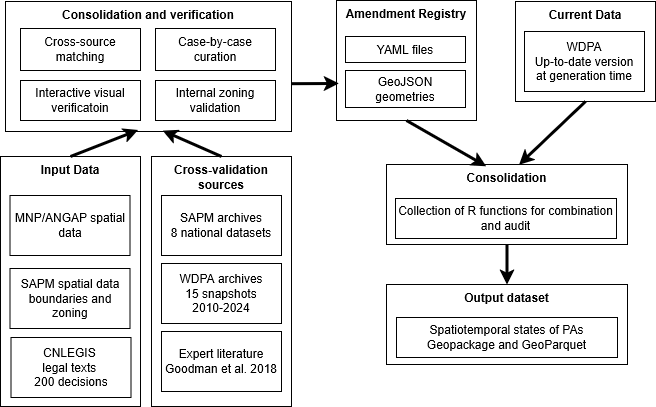
Above: paper/figures/Data_preparation_workflow.drawio.drawio.png in BETSAKA/conservation-dynamic-madagascar (draw.io), before the change. Source tidied: cells renumbered, new cells last; positions are measured from the earlier drawing's top-left corner, leaving out a move shared by most shapes. Source of this version:
```xml
<mxGraphModel>
  <root>
    <mxCell id="0" />
    <mxCell id="1" parent="0" />
    <mxCell id="2" value="&lt;b&gt;Cross-validation sources&lt;/b&gt;" style="rounded=0;whiteSpace=wrap;html=1;verticalAlign=top;" parent="1" vertex="1">
      <mxGeometry x="151" y="156" width="140" height="250" as="geometry" />
    </mxCell>
    <mxCell id="3" value="&lt;div align=&quot;center&quot;&gt;WDPA archives&lt;br&gt;15 snapshots 2010-2024&lt;/div&gt;" style="rounded=0;whiteSpace=wrap;html=1;" parent="1" vertex="1">
      <mxGeometry x="161" y="263" width="120" height="60" as="geometry" />
    </mxCell>
    <mxCell id="4" value="SAPM archives&lt;br&gt;8 national datasets" style="rounded=0;whiteSpace=wrap;html=1;" parent="1" vertex="1">
      <mxGeometry x="161" y="195" width="120" height="60" as="geometry" />
    </mxCell>
    <mxCell id="5" value="Expert literature&lt;br&gt;Goodman et al. 2018" style="rounded=0;whiteSpace=wrap;html=1;" parent="1" vertex="1">
      <mxGeometry x="161" y="331" width="120" height="60" as="geometry" />
    </mxCell>
    <mxCell id="6" value="&lt;b&gt;Consolidation and verification&lt;/b&gt;" style="rounded=0;whiteSpace=wrap;html=1;verticalAlign=top;" parent="1" vertex="1">
      <mxGeometry x="5" y="1" width="286" height="130" as="geometry" />
    </mxCell>
    <mxCell id="7" value="Case-by-case curation" style="rounded=0;whiteSpace=wrap;html=1;" parent="1" vertex="1">
      <mxGeometry x="155" y="28" width="120" height="42" as="geometry" />
    </mxCell>
    <mxCell id="8" value="Interactive visual&lt;br&gt;verificatoin" style="rounded=0;whiteSpace=wrap;html=1;" parent="1" vertex="1">
      <mxGeometry x="20" y="80" width="120" height="40" as="geometry" />
    </mxCell>
    <mxCell id="9" value="Cross-source matching" style="rounded=0;whiteSpace=wrap;html=1;" parent="1" vertex="1">
      <mxGeometry x="20" y="28" width="120" height="42" as="geometry" />
    </mxCell>
    <mxCell id="10" value="Internal zoning validation" style="rounded=0;whiteSpace=wrap;html=1;" parent="1" vertex="1">
      <mxGeometry x="155" y="80" width="120" height="40" as="geometry" />
    </mxCell>
    <mxCell id="11" style="group;" parent="1" vertex="1">
      <mxGeometry x="336" width="291" height="240" as="geometry" />
    </mxCell>
    <mxCell id="12" value="&lt;div&gt;&lt;b&gt;Amendment Registry&lt;/b&gt;&lt;/div&gt;" style="rounded=0;whiteSpace=wrap;html=1;verticalAlign=top;" parent="11" vertex="1">
      <mxGeometry width="140" height="120" as="geometry" />
    </mxCell>
    <mxCell id="13" value="YAML files" style="rounded=0;whiteSpace=wrap;html=1;" parent="11" vertex="1">
      <mxGeometry x="9" y="36" width="120" height="26" as="geometry" />
    </mxCell>
    <mxCell id="14" value="GeoJSON&lt;br&gt;geometries" style="rounded=0;whiteSpace=wrap;html=1;" parent="11" vertex="1">
      <mxGeometry x="9" y="70" width="120" height="37" as="geometry" />
    </mxCell>
    <mxCell id="15" style="group;" parent="11" vertex="1">
      <mxGeometry x="50" y="164" width="241" height="80" as="geometry" />
    </mxCell>
    <mxCell id="16" value="&lt;div&gt;&lt;b&gt;Consolidation&lt;/b&gt;&lt;/div&gt;" style="rounded=0;whiteSpace=wrap;html=1;strokeColor=default;align=center;verticalAlign=top;fontFamily=Helvetica;fontSize=12;fontColor=default;fillColor=default;" parent="15" vertex="1">
      <mxGeometry width="241" height="80" as="geometry" />
    </mxCell>
    <mxCell id="17" value="Collection of R functions for combination and audit" style="rounded=0;whiteSpace=wrap;html=1;" parent="15" vertex="1">
      <mxGeometry x="9" y="34" width="221" height="40" as="geometry" />
    </mxCell>
    <mxCell id="18" style="endArrow=classic;html=1;rounded=0;exitX=0.5;exitY=1;exitDx=0;exitDy=0;strokeWidth=3;entryX=0.414;entryY=0.022;entryDx=0;entryDy=0;entryPerimeter=0;" parent="11" edge="1" source="12" target="16">
      <mxGeometry relative="1" as="geometry" />
    </mxCell>
    <mxCell id="19" style="endArrow=classic;html=1;rounded=0;entryX=0.003;entryY=0.646;entryDx=0;entryDy=0;entryPerimeter=0;exitX=0.994;exitY=0.437;exitDx=0;exitDy=0;exitPerimeter=0;strokeWidth=3;" parent="1" edge="1">
      <mxGeometry relative="1" as="geometry">
        <mxPoint x="291" y="83.2" as="sourcePoint" />
        <mxPoint x="338.3" y="83" as="targetPoint" />
      </mxGeometry>
    </mxCell>
    <mxCell id="20" style="group;" parent="1" vertex="1">
      <mxGeometry x="515" y="1" width="140" height="100" as="geometry" />
    </mxCell>
    <mxCell id="21" value="&lt;b&gt;Current&amp;nbsp;Data&lt;/b&gt;" style="rounded=0;whiteSpace=wrap;html=1;verticalAlign=top;" parent="20" vertex="1">
      <mxGeometry width="140" height="100" as="geometry" />
    </mxCell>
    <mxCell id="22" value="&lt;div&gt;WDPA&lt;/div&gt;&lt;div&gt;Up-to-date version&lt;br&gt;at generation time&lt;/div&gt;" style="rounded=0;whiteSpace=wrap;html=1;" parent="20" vertex="1">
      <mxGeometry x="9" y="30" width="120" height="60" as="geometry" />
    </mxCell>
    <mxCell id="23" style="endArrow=classic;html=1;rounded=0;exitX=0.5;exitY=1;exitDx=0;exitDy=0;strokeWidth=3;entryX=0.55;entryY=0.002;entryDx=0;entryDy=0;entryPerimeter=0;" parent="1" edge="1" source="21" target="16">
      <mxGeometry relative="1" as="geometry" />
    </mxCell>
    <mxCell id="24" value="&lt;b&gt;Output dataset&lt;/b&gt;" style="rounded=0;whiteSpace=wrap;html=1;strokeColor=default;align=center;verticalAlign=top;fontFamily=Helvetica;fontSize=12;fontColor=default;fillColor=default;" parent="1" vertex="1">
      <mxGeometry x="386" y="284" width="241" height="80" as="geometry" />
    </mxCell>
    <mxCell id="25" value="Spatiotemporal states of PAs&lt;br&gt;Geopackage and GeoParquet" style="rounded=0;whiteSpace=wrap;html=1;" parent="1" vertex="1">
      <mxGeometry x="396" y="317" width="221" height="40" as="geometry" />
    </mxCell>
    <mxCell id="26" style="endArrow=classic;html=1;rounded=0;exitX=0.5;exitY=1;exitDx=0;exitDy=0;strokeWidth=3;entryX=0.5;entryY=0;entryDx=0;entryDy=0;" parent="1" edge="1" source="16" target="24">
      <mxGeometry relative="1" as="geometry" />
    </mxCell>
    <mxCell id="27" value="&lt;b&gt;Input Data&lt;/b&gt;" style="rounded=0;whiteSpace=wrap;html=1;verticalAlign=top;" parent="1" vertex="1">
      <mxGeometry y="156" width="140" height="250" as="geometry" />
    </mxCell>
    <mxCell id="28" value="SAPM spatial data boundaries and zoning" style="rounded=0;whiteSpace=wrap;html=1;" parent="1" vertex="1">
      <mxGeometry x="9.5" y="268" width="120" height="60" as="geometry" />
    </mxCell>
    <mxCell id="29" value="MNP/ANGAP spatial data" style="rounded=0;whiteSpace=wrap;html=1;" parent="1" vertex="1">
      <mxGeometry x="9.5" y="195" width="120" height="60" as="geometry" />
    </mxCell>
    <mxCell id="30" value="CNLEGIS&amp;nbsp;&lt;br&gt;legal texts&amp;nbsp;&lt;br&gt;200 decisions" style="rounded=0;whiteSpace=wrap;html=1;" parent="1" vertex="1">
      <mxGeometry x="10.5" y="337" width="120" height="60" as="geometry" />
    </mxCell>
    <mxCell id="31" style="endArrow=classic;html=1;rounded=0;entryX=0.464;entryY=0.989;entryDx=0;entryDy=0;entryPerimeter=0;exitX=0.5;exitY=0;exitDx=0;exitDy=0;strokeWidth=3;" parent="1" edge="1" source="27" target="6">
      <mxGeometry relative="1" as="geometry" />
    </mxCell>
    <mxCell id="32" style="endArrow=classic;html=1;rounded=0;entryX=0.55;entryY=0.994;entryDx=0;entryDy=0;entryPerimeter=0;exitX=0.5;exitY=0;exitDx=0;exitDy=0;strokeWidth=3;" parent="1" edge="1" source="2" target="6">
      <mxGeometry relative="1" as="geometry" />
    </mxCell>
  </root>
</mxGraphModel>
```
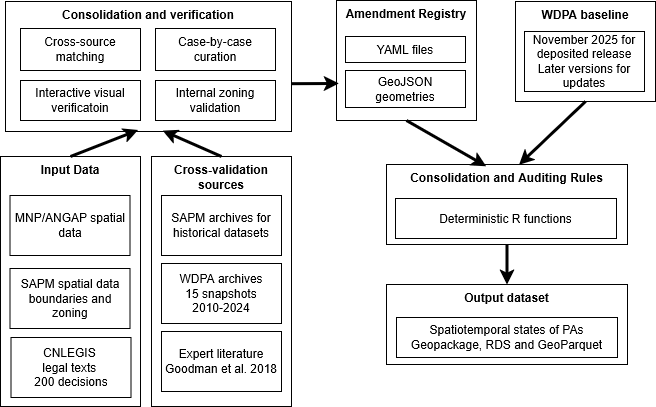
Above is the later version.

The edit, as a diff of the source:
```diff
@@ -8,7 +8,7 @@
     <mxCell id="3" value="&lt;div align=&quot;center&quot;&gt;WDPA archives&lt;br&gt;15 snapshots 2010-2024&lt;/div&gt;" style="rounded=0;whiteSpace=wrap;html=1;" parent="1" vertex="1">
       <mxGeometry x="161" y="263" width="120" height="60" as="geometry" />
     </mxCell>
-    <mxCell id="4" value="SAPM archives&lt;br&gt;8 national datasets" style="rounded=0;whiteSpace=wrap;html=1;" parent="1" vertex="1">
+    <mxCell id="4" value="SAPM archives for historical datasets" style="rounded=0;whiteSpace=wrap;html=1;" parent="1" vertex="1">
       <mxGeometry x="161" y="195" width="120" height="60" as="geometry" />
     </mxCell>
     <mxCell id="5" value="Expert literature&lt;br&gt;Goodman et al. 2018" style="rounded=0;whiteSpace=wrap;html=1;" parent="1" vertex="1">
@@ -44,10 +44,10 @@
     <mxCell id="15" style="group;" parent="11" vertex="1">
       <mxGeometry x="50" y="164" width="241" height="80" as="geometry" />
     </mxCell>
-    <mxCell id="16" value="&lt;div&gt;&lt;b&gt;Consolidation&lt;/b&gt;&lt;/div&gt;" style="rounded=0;whiteSpace=wrap;html=1;strokeColor=default;align=center;verticalAlign=top;fontFamily=Helvetica;fontSize=12;fontColor=default;fillColor=default;" parent="15" vertex="1">
+    <mxCell id="16" value="&lt;div&gt;&lt;b&gt;Consolidation and Auditing Rules&lt;/b&gt;&lt;/div&gt;" style="rounded=0;whiteSpace=wrap;html=1;strokeColor=default;align=center;verticalAlign=top;fontFamily=Helvetica;fontSize=12;fontColor=default;fillColor=default;" parent="15" vertex="1">
       <mxGeometry width="241" height="80" as="geometry" />
     </mxCell>
-    <mxCell id="17" value="Collection of R functions for combination and audit" style="rounded=0;whiteSpace=wrap;html=1;" parent="15" vertex="1">
+    <mxCell id="17" value="Deterministic R functions" style="rounded=0;whiteSpace=wrap;html=1;" parent="15" vertex="1">
       <mxGeometry x="9" y="34" width="221" height="40" as="geometry" />
     </mxCell>
     <mxCell id="18" style="endArrow=classic;html=1;rounded=0;exitX=0.5;exitY=1;exitDx=0;exitDy=0;strokeWidth=3;entryX=0.414;entryY=0.022;entryDx=0;entryDy=0;entryPerimeter=0;" parent="11" edge="1" source="12" target="16">
@@ -62,10 +62,10 @@
     <mxCell id="20" style="group;" parent="1" vertex="1">
       <mxGeometry x="515" y="1" width="140" height="100" as="geometry" />
     </mxCell>
-    <mxCell id="21" value="&lt;b&gt;Current&amp;nbsp;Data&lt;/b&gt;" style="rounded=0;whiteSpace=wrap;html=1;verticalAlign=top;" parent="20" vertex="1">
+    <mxCell id="21" value="&lt;b&gt;WDPA baseline&lt;/b&gt;" style="rounded=0;whiteSpace=wrap;html=1;verticalAlign=top;" parent="20" vertex="1">
       <mxGeometry width="140" height="100" as="geometry" />
     </mxCell>
-    <mxCell id="22" value="&lt;div&gt;WDPA&lt;/div&gt;&lt;div&gt;Up-to-date version&lt;br&gt;at generation time&lt;/div&gt;" style="rounded=0;whiteSpace=wrap;html=1;" parent="20" vertex="1">
+    <mxCell id="22" value="&lt;span&gt;November 2025 for deposited release&lt;/span&gt;&lt;br&gt;&lt;span&gt;Later versions for updates&lt;/span&gt;" style="rounded=0;whiteSpace=wrap;html=1;" parent="20" vertex="1">
       <mxGeometry x="9" y="30" width="120" height="60" as="geometry" />
     </mxCell>
     <mxCell id="23" style="endArrow=classic;html=1;rounded=0;exitX=0.5;exitY=1;exitDx=0;exitDy=0;strokeWidth=3;entryX=0.55;entryY=0.002;entryDx=0;entryDy=0;entryPerimeter=0;" parent="1" edge="1" source="21" target="16">
@@ -74,7 +74,7 @@
     <mxCell id="24" value="&lt;b&gt;Output dataset&lt;/b&gt;" style="rounded=0;whiteSpace=wrap;html=1;strokeColor=default;align=center;verticalAlign=top;fontFamily=Helvetica;fontSize=12;fontColor=default;fillColor=default;" parent="1" vertex="1">
       <mxGeometry x="386" y="284" width="241" height="80" as="geometry" />
     </mxCell>
-    <mxCell id="25" value="Spatiotemporal states of PAs&lt;br&gt;Geopackage and GeoParquet" style="rounded=0;whiteSpace=wrap;html=1;" parent="1" vertex="1">
+    <mxCell id="25" value="Spatiotemporal states of PAs&lt;br&gt;Geopackage, RDS and GeoParquet" style="rounded=0;whiteSpace=wrap;html=1;" parent="1" vertex="1">
       <mxGeometry x="396" y="317" width="221" height="40" as="geometry" />
     </mxCell>
     <mxCell id="26" style="endArrow=classic;html=1;rounded=0;exitX=0.5;exitY=1;exitDx=0;exitDy=0;strokeWidth=3;entryX=0.5;entryY=0;entryDx=0;entryDy=0;" parent="1" edge="1" source="16" target="24">
```
